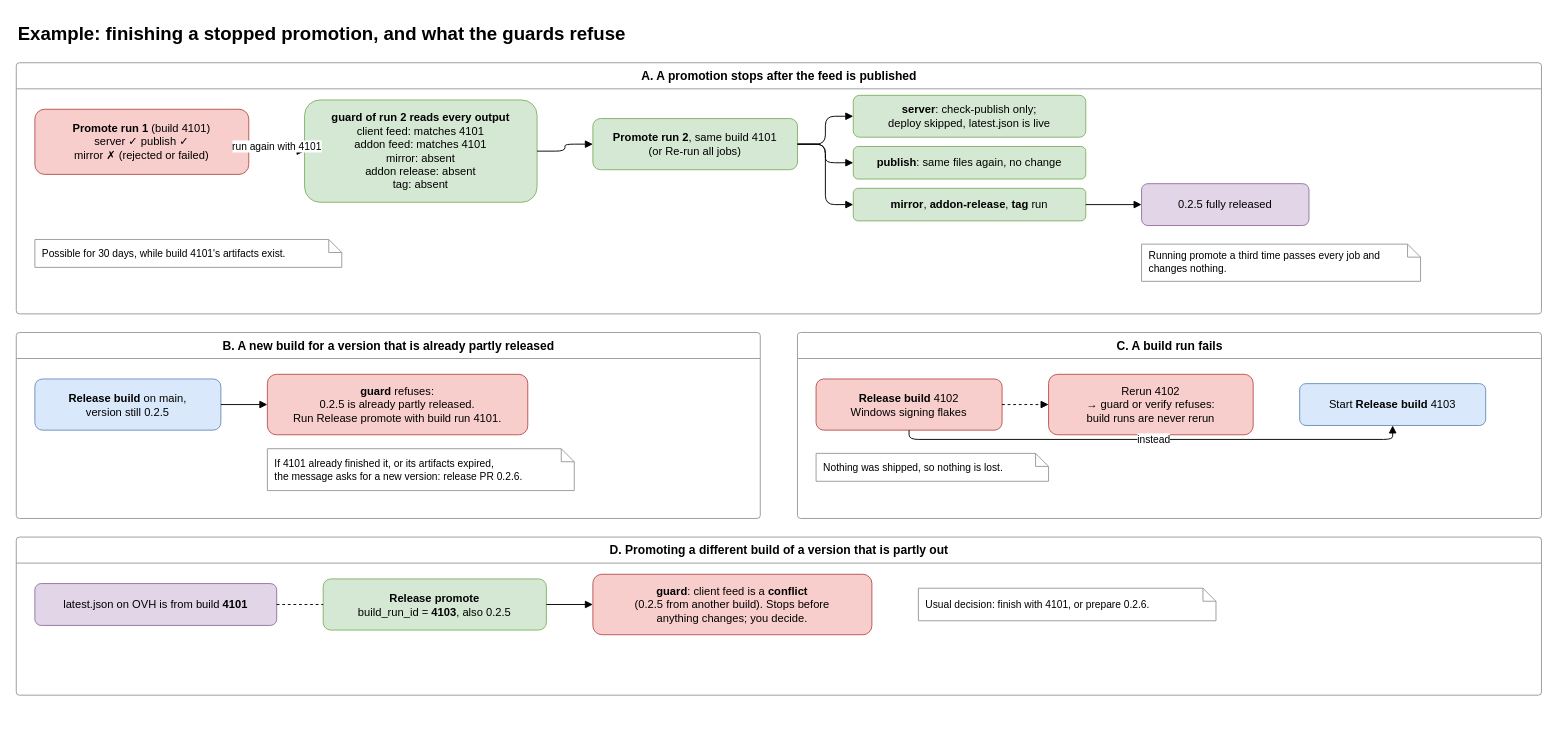
The draw.io diagram page "3. Example: stops and refusals" (3 of 4) of docs/release-flow.drawio in jkc-be/goldbook, before the edit. Source tidied: cells renumbered, new cells numbered last; positions are measured from the earlier drawing's top-left corner, leaving out a move shared by most shapes. Both pictures are drawn from the tidied source at 93%, with x=0, y=0 at pixel (16, 16).
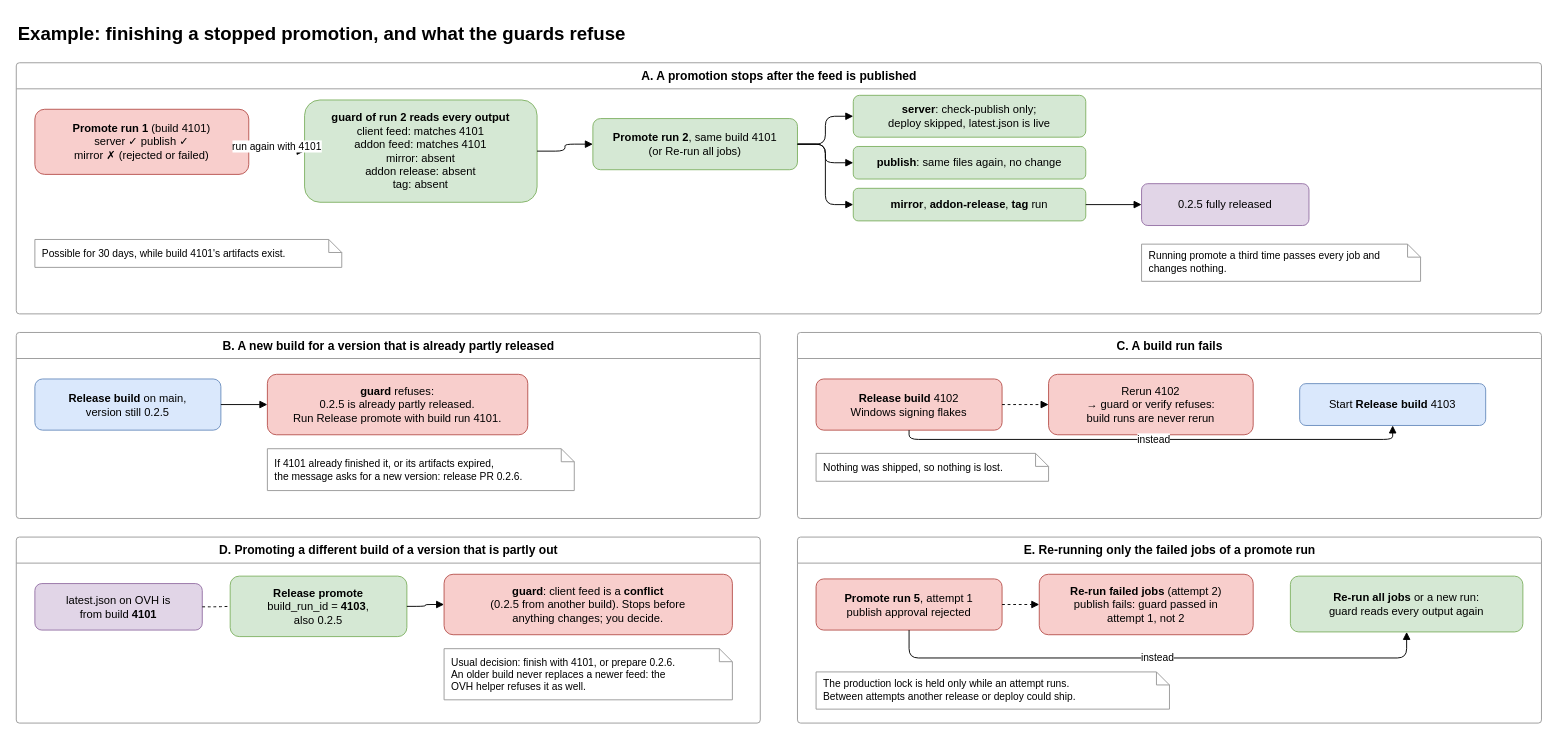
The same page after the edit.

Commit message (it also covers changes not shown here):
Update release flow diagrams for the image digest and the rerun refusal

Diff of the diagram source:
```diff
@@
     <mxCell id="31" value="D. Promoting a different build of a version that is partly out" style="swimlane;horizontal=1;startSize=28;html=1;rounded=1;arcSize=4;fillColor=none;strokeColor=#999999;fontStyle=1;fontSize=13;" parent="1" vertex="1">
-      <mxGeometry y="560" width="1640" height="170" as="geometry" />
+      <mxGeometry y="560" width="800" height="200" as="geometry" />
     </mxCell>
-    <mxCell id="32" value="latest.json on OVH is from build &lt;b&gt;4101&lt;/b&gt;" style="rounded=1;whiteSpace=wrap;html=1;fillColor=#e1d5e7;strokeColor=#9673a6;" parent="1" vertex="1">
-      <mxGeometry x="20" y="610" width="260" height="45" as="geometry" />
+    <mxCell id="32" value="latest.json on OVH is&lt;br&gt;from build &lt;b&gt;4101&lt;/b&gt;" style="rounded=1;whiteSpace=wrap;html=1;fillColor=#e1d5e7;strokeColor=#9673a6;" parent="1" vertex="1">
+      <mxGeometry x="20" y="610" width="180" height="50" as="geometry" />
     </mxCell>
-    <mxCell id="33" value="&lt;b&gt;Release promote&lt;/b&gt;&lt;br&gt;build_run_id = &lt;b&gt;4103&lt;/b&gt;, also 0.2.5" style="rounded=1;whiteSpace=wrap;html=1;fillColor=#d5e8d4;strokeColor=#82b366;" parent="1" vertex="1">
-      <mxGeometry x="330" y="605" width="240" height="55" as="geometry" />
+    <mxCell id="33" value="&lt;b&gt;Release promote&lt;/b&gt;&lt;br&gt;build_run_id = &lt;b&gt;4103&lt;/b&gt;,&lt;br&gt;also 0.2.5" style="rounded=1;whiteSpace=wrap;html=1;fillColor=#d5e8d4;strokeColor=#82b366;" parent="1" vertex="1">
+      <mxGeometry x="230" y="602" width="190" height="65" as="geometry" />
     </mxCell>
     <mxCell id="34" value="&lt;b&gt;guard&lt;/b&gt;: client feed is a &lt;b&gt;conflict&lt;/b&gt;&lt;br&gt;(0.2.5 from another build). Stops before&lt;br&gt;anything changes; you decide." style="rounded=1;whiteSpace=wrap;html=1;fillColor=#f8cecc;strokeColor=#b85450;" parent="1" vertex="1">
-      <mxGeometry x="620" y="600" width="300" height="65" as="geometry" />
+      <mxGeometry x="460" y="600" width="310" height="65" as="geometry" />
     </mxCell>
@@
-    <mxCell id="37" value="Usual decision: finish with 4101, or prepare 0.2.6." style="shape=note;whiteSpace=wrap;html=1;size=14;fillColor=#ffffff;strokeColor=#999999;align=left;spacingLeft=6;fontSize=11;" parent="1" vertex="1">
-      <mxGeometry x="970" y="615" width="320" height="35" as="geometry" />
+    <mxCell id="37" value="Usual decision: finish with 4101, or prepare 0.2.6.&lt;br&gt;An older build never replaces a newer feed: the&lt;br&gt;OVH helper refuses it as well." style="shape=note;whiteSpace=wrap;html=1;size=14;fillColor=#ffffff;strokeColor=#999999;align=left;spacingLeft=6;fontSize=11;" parent="1" vertex="1">
+      <mxGeometry x="460" y="680" width="310" height="55" as="geometry" />
     </mxCell>
+    <mxCell id="38" value="E. Re-running only the failed jobs of a promote run" style="swimlane;horizontal=1;startSize=28;html=1;rounded=1;arcSize=4;fillColor=none;strokeColor=#999999;fontStyle=1;fontSize=13;" parent="1" vertex="1">
+      <mxGeometry x="840" y="560" width="800" height="200" as="geometry" />
+    </mxCell>
+    <mxCell id="39" value="&lt;b&gt;Promote run 5&lt;/b&gt;, attempt 1&lt;br&gt;publish approval rejected" style="rounded=1;whiteSpace=wrap;html=1;fillColor=#f8cecc;strokeColor=#b85450;" parent="1" vertex="1">
+      <mxGeometry x="860" y="605" width="200" height="55" as="geometry" />
+    </mxCell>
+    <mxCell id="40" value="&lt;b&gt;Re-run failed jobs&lt;/b&gt; (attempt 2)&lt;br&gt;publish fails: guard passed in&lt;br&gt;attempt 1, not 2" style="rounded=1;whiteSpace=wrap;html=1;fillColor=#f8cecc;strokeColor=#b85450;" parent="1" vertex="1">
+      <mxGeometry x="1100" y="600" width="230" height="65" as="geometry" />
+    </mxCell>
+    <mxCell id="41" value="&lt;b&gt;Re-run all jobs&lt;/b&gt; or a new run:&lt;br&gt;guard reads every output again" style="rounded=1;whiteSpace=wrap;html=1;fillColor=#d5e8d4;strokeColor=#82b366;" parent="1" vertex="1">
+      <mxGeometry x="1370" y="602" width="250" height="60" as="geometry" />
+    </mxCell>
+    <mxCell id="42" style="edgeStyle=orthogonalEdgeStyle;rounded=1;html=1;endArrow=block;endFill=1;dashed=1;" parent="1" edge="1" source="39" target="40">
+      <mxGeometry relative="1" as="geometry" />
+    </mxCell>
+    <mxCell id="43" value="instead" style="edgeStyle=orthogonalEdgeStyle;rounded=1;html=1;endArrow=block;endFill=1;exitX=0.5;exitY=1;entryX=0.5;entryY=1;" parent="1" edge="1" source="39" target="41">
+      <mxGeometry relative="1" as="geometry">
+        <Array as="points">
+          <mxPoint x="960" y="690" />
+          <mxPoint x="1495" y="690" />
+        </Array>
+      </mxGeometry>
+    </mxCell>
+    <mxCell id="44" value="The production lock is held only while an attempt runs.&lt;br&gt;Between attempts another release or deploy could ship." style="shape=note;whiteSpace=wrap;html=1;size=14;fillColor=#ffffff;strokeColor=#999999;align=left;spacingLeft=6;fontSize=11;" parent="1" vertex="1">
+      <mxGeometry x="860" y="705" width="380" height="40" as="geometry" />
+    </mxCell>
```
